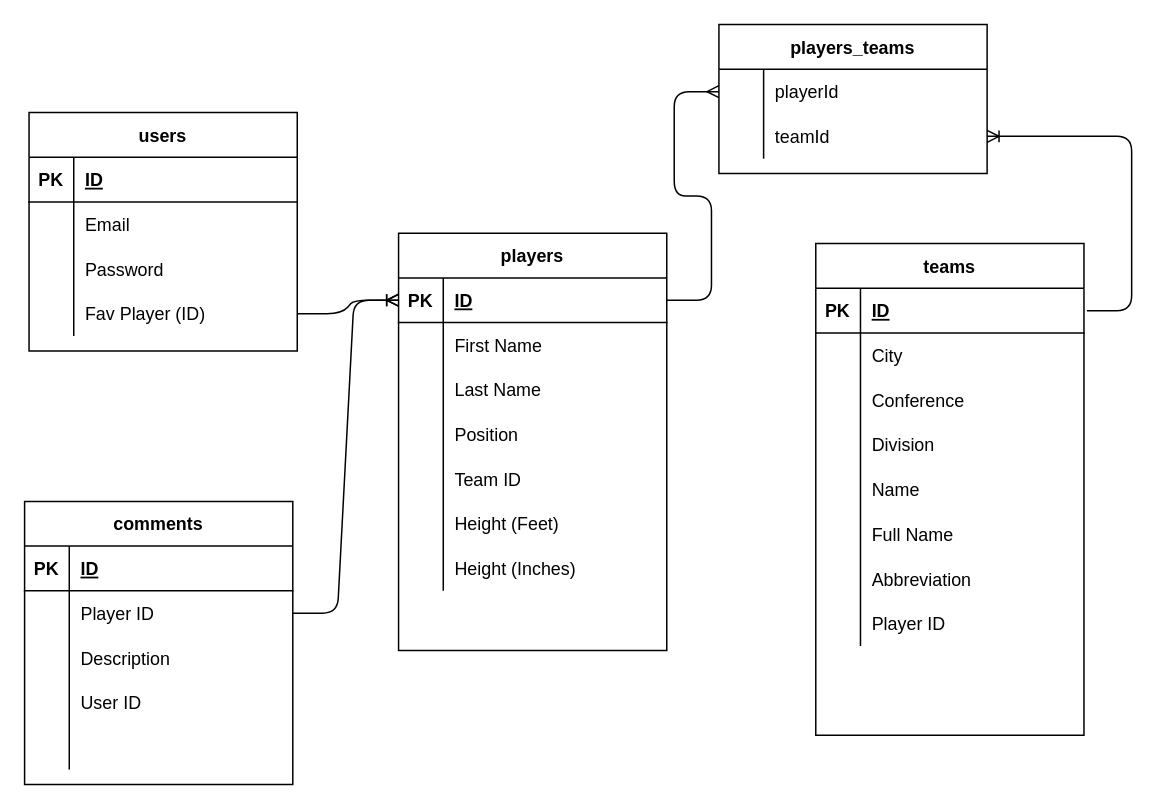
Before: ERD.drawio in devin-lynch/proj-2-nba-app, a draw.io diagram. Source tidied: cells renumbered, new cells numbered last; positions are measured from the earlier drawing's top-left corner, leaving out a move shared by most shapes. Both pictures are drawn from the tidied source at 149%, with x=0, y=0 at pixel (24, 24).
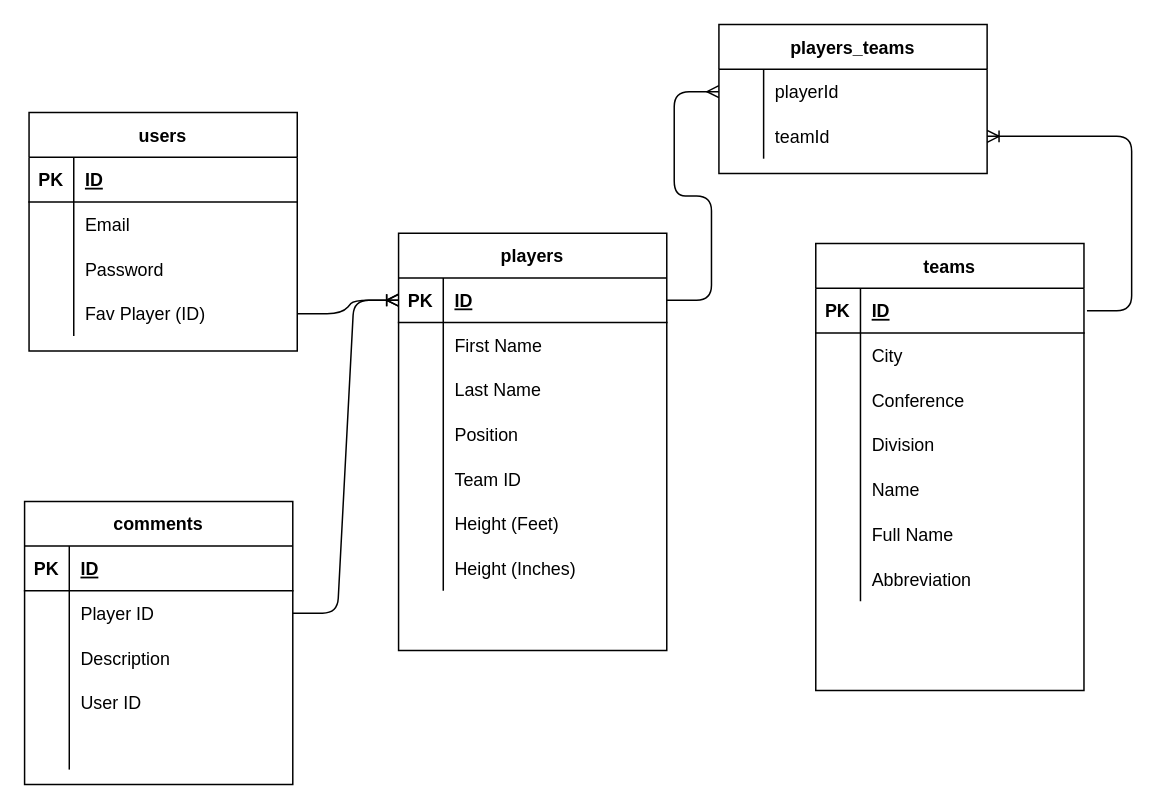
The same page after the edit.

Commit message (it also covers changes not shown here):
Add player to db and test showing in index

Change to the diagram source:
```diff
@@
     <mxCell id="24" value="teams" style="shape=table;startSize=30;childLayout=tableLayout;rowLines=0;fontStyle=1;align=center;swimlaneFillColor=default;" parent="1" vertex="1">
-      <mxGeometry x="531" y="147" width="180" height="330" as="geometry" />
+      <mxGeometry x="531" y="147" width="180" height="300" as="geometry" />
     </mxCell>
@@
-    <mxCell id="46" style="shape=partialRectangle;fillColor=none;top=0;left=0;bottom=0;right=0;" parent="24" vertex="1">
-      <mxGeometry y="240" width="180" height="30" as="geometry" />
-    </mxCell>
-    <mxCell id="47" style="shape=partialRectangle;fillColor=none;top=0;left=0;bottom=0;right=0;overflow=hidden;" parent="46" vertex="1">
-      <mxGeometry width="30" height="30" as="geometry" />
-    </mxCell>
-    <mxCell id="48" value="Player ID" style="shape=partialRectangle;fillColor=none;top=0;left=0;bottom=0;right=0;align=left;spacingLeft=6;overflow=hidden;" parent="46" vertex="1">
-      <mxGeometry x="30" width="150" height="30" as="geometry" />
-    </mxCell>
```
